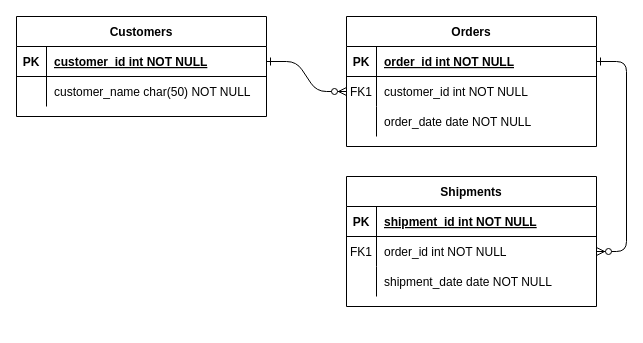
Earlier version of the draw.io diagram Untitled Diagram.drawio (kkankala/erdiagrams). Source tidied: cells renumbered, new cells numbered last; positions are measured from the earlier drawing's top-left corner, leaving out a move shared by most shapes. Both pictures are drawn from the tidied source at 100%, with x=0, y=0 at pixel (16, 16).
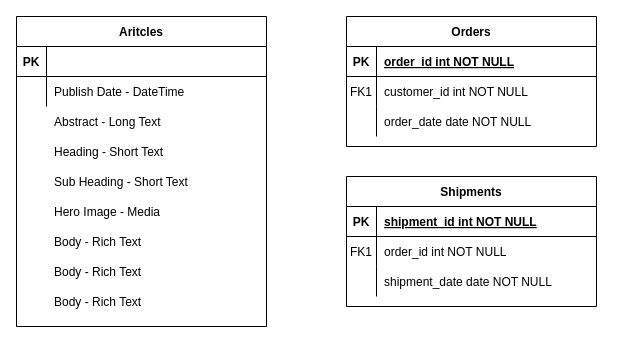
The same page after the edit.

Unchanged cells that the change refers to:
```xml
<mxCell id="5" style="shape=partialRectangle;fillColor=none;points=[[0,0.5],[1,0.5]];portConstraint=eastwest;top=0;left=0;right=0;bottom=1;" parent="4" vertex="1">
  <mxGeometry y="30" width="250" height="30" as="geometry" />
</mxCell>
<mxCell id="8" style="shape=partialRectangle;fillColor=none;points=[[0,0.5],[1,0.5]];portConstraint=eastwest;top=0;left=0;right=0;bottom=0;" parent="4" vertex="1">
  <mxGeometry y="60" width="250" height="30" as="geometry" />
</mxCell>
<mxCell id="18" style="shape=partialRectangle;fillColor=none;points=[[0,0.5],[1,0.5]];portConstraint=eastwest;top=0;left=0;right=0;bottom=0;" parent="14" vertex="1">
  <mxGeometry y="60" width="250" height="30" as="geometry" />
</mxCell>
<mxCell id="25" style="shape=partialRectangle;fillColor=none;points=[[0,0.5],[1,0.5]];portConstraint=eastwest;top=0;left=0;right=0;bottom=1;" parent="24" vertex="1">
  <mxGeometry y="30" width="250" height="30" as="geometry" />
</mxCell>
<mxCell id="28" style="shape=partialRectangle;fillColor=none;top=0;left=0;right=0;bottom=0;" parent="24" vertex="1">
  <mxGeometry y="60" width="250" height="30" as="geometry" />
</mxCell>
```

What changed in the source:
```diff
@@
-    <mxCell id="2" style="edgeStyle=entityRelationEdgeStyle;endArrow=ERzeroToMany;startArrow=ERone;endFill=1;startFill=0;" parent="1" edge="1" source="25" target="8">
-      <mxGeometry relative="1" as="geometry" />
-    </mxCell>
-    <mxCell id="3" style="edgeStyle=entityRelationEdgeStyle;endArrow=ERzeroToMany;startArrow=ERone;endFill=1;startFill=0;" parent="1" edge="1" source="5" target="18">
-      <mxGeometry relative="1" as="geometry" />
-    </mxCell>
@@
-    <mxCell id="24" value="Customers" style="shape=table;startSize=30;childLayout=tableLayout;rowLines=0;fontStyle=1;align=center;" parent="1" vertex="1">
-      <mxGeometry width="250" height="100" as="geometry" />
+    <mxCell id="24" value="Aritcles" style="shape=table;startSize=30;childLayout=tableLayout;rowLines=0;fontStyle=1;align=center;" parent="1" vertex="1">
+      <mxGeometry width="250" height="310" as="geometry" />
     </mxCell>
@@
-    <mxCell id="27" value="customer_id int NOT NULL " style="shape=partialRectangle;overflow=hidden;fillColor=none;top=0;left=0;bottom=0;right=0;align=left;spacingLeft=6;fontStyle=5;" parent="25" vertex="1">
+    <mxCell id="27" style="shape=partialRectangle;overflow=hidden;fillColor=none;top=0;left=0;bottom=0;right=0;align=left;spacingLeft=6;fontStyle=5;" parent="25" vertex="1">
       <mxGeometry x="30" width="220" height="30" as="geometry" />
     </mxCell>
@@
-    <mxCell id="30" value="customer_name char(50) NOT NULL" style="shape=partialRectangle;overflow=hidden;fillColor=none;top=0;left=0;bottom=0;right=0;align=left;spacingLeft=6;" parent="28" vertex="1">
+    <mxCell id="30" value="Publish Date - DateTime" style="shape=partialRectangle;overflow=hidden;fillColor=none;top=0;left=0;bottom=0;right=0;align=left;spacingLeft=6;" parent="28" vertex="1">
       <mxGeometry x="30" width="220" height="30" as="geometry" />
     </mxCell>
+    <mxCell id="31" value="Abstract - Long Text" style="shape=partialRectangle;overflow=hidden;fillColor=none;top=0;left=0;bottom=0;right=0;align=left;spacingLeft=6;" parent="1" vertex="1">
+      <mxGeometry x="30" y="90" width="220" height="30" as="geometry" />
+    </mxCell>
+    <mxCell id="32" value="Heading - Short Text" style="shape=partialRectangle;overflow=hidden;fillColor=none;top=0;left=0;bottom=0;right=0;align=left;spacingLeft=6;" parent="1" vertex="1">
+      <mxGeometry x="30" y="120" width="220" height="30" as="geometry" />
+    </mxCell>
+    <mxCell id="33" value="Sub Heading - Short Text" style="shape=partialRectangle;overflow=hidden;fillColor=none;top=0;left=0;bottom=0;right=0;align=left;spacingLeft=6;" parent="1" vertex="1">
+      <mxGeometry x="30" y="150" width="220" height="30" as="geometry" />
+    </mxCell>
+    <mxCell id="34" value="Hero Image - Media" style="shape=partialRectangle;overflow=hidden;fillColor=none;top=0;left=0;bottom=0;right=0;align=left;spacingLeft=6;" parent="1" vertex="1">
+      <mxGeometry x="30" y="180" width="220" height="30" as="geometry" />
+    </mxCell>
+    <mxCell id="35" value="Body - Rich Text" style="shape=partialRectangle;overflow=hidden;fillColor=none;top=0;left=0;bottom=0;right=0;align=left;spacingLeft=6;" parent="1" vertex="1">
+      <mxGeometry x="30" y="210" width="220" height="30" as="geometry" />
+    </mxCell>
+    <mxCell id="36" value="Body - Rich Text" style="shape=partialRectangle;overflow=hidden;fillColor=none;top=0;left=0;bottom=0;right=0;align=left;spacingLeft=6;" parent="1" vertex="1">
+      <mxGeometry x="30" y="240" width="220" height="30" as="geometry" />
+    </mxCell>
+    <mxCell id="37" value="Body - Rich Text" style="shape=partialRectangle;overflow=hidden;fillColor=none;top=0;left=0;bottom=0;right=0;align=left;spacingLeft=6;" parent="1" vertex="1">
+      <mxGeometry x="30" y="270" width="220" height="30" as="geometry" />
+    </mxCell>
```
